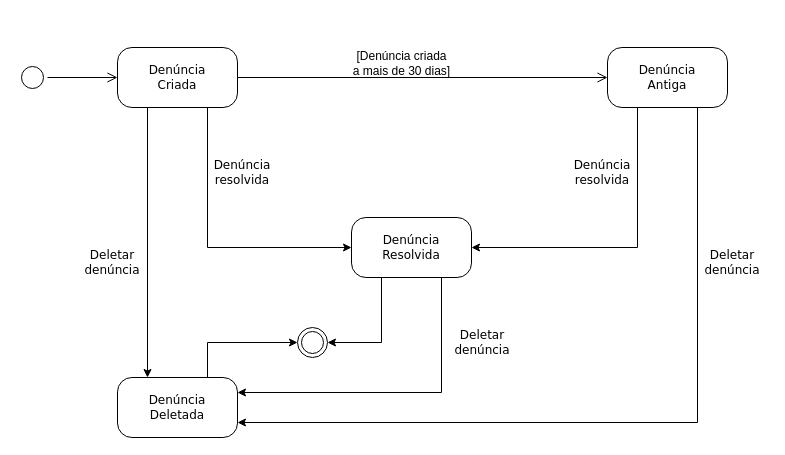
This is Documentação/Diagramas/Diagrama de Estado.drawio from frsouzaa/Documentacao-TCC-NossaVia, a draw.io file, before an edit. Source tidied: cells renumbered, new cells numbered last; positions are measured from the earlier drawing's top-left corner, leaving out a move shared by most shapes. Both pictures are drawn from the tidied source at 100%, with x=0, y=0 at pixel (17, 47).
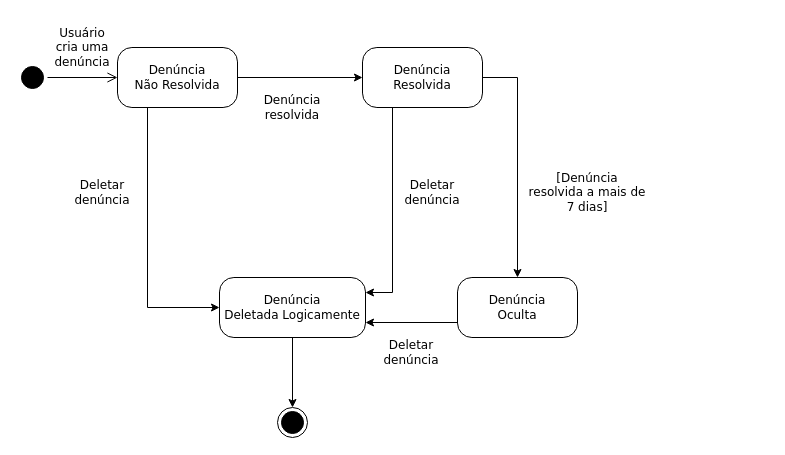
After the change.

Commit message:
atualiza diagrama de estrados

Diff of the diagram source:
```diff
@@
-    <mxCell id="2" style="ellipse;html=1;shape=startState;fillColor=#FFFFFF;strokeColor=#000000;rounded=1;shadow=0;comic=0;labelBackgroundColor=none;fontFamily=Verdana;fontSize=12;fontColor=default;align=center;direction=south;labelBorderColor=none;textShadow=0;" parent="1" vertex="1">
+    <mxCell id="2" style="ellipse;html=1;shape=startState;fillColor=#000000;strokeColor=#000000;rounded=1;shadow=0;comic=0;labelBackgroundColor=none;fontFamily=Verdana;fontSize=12;fontColor=default;align=center;direction=south;labelBorderColor=none;textShadow=0;" parent="1" vertex="1">
       <mxGeometry y="15" width="30" height="30" as="geometry" />
     </mxCell>
-    <mxCell id="3" style="edgeStyle=orthogonalEdgeStyle;rounded=0;jettySize=auto;html=1;exitX=0.75;exitY=0;exitDx=0;exitDy=0;entryX=0;entryY=0.5;entryDx=0;entryDy=0;" parent="1" edge="1" source="4" target="18">
+    <mxCell id="3" style="edgeStyle=orthogonalEdgeStyle;rounded=0;jettySize=auto;html=1;" parent="1" edge="1" source="4" target="18">
       <mxGeometry relative="1" as="geometry" />
     </mxCell>
-    <mxCell id="4" value="Denúncia&lt;div&gt;Deletada&lt;/div&gt;" style="rounded=1;whiteSpace=wrap;html=1;arcSize=24;fillColor=none;strokeColor=default;shadow=0;comic=0;labelBackgroundColor=none;fontFamily=Verdana;fontSize=12;fontColor=default;align=center;labelBorderColor=none;textShadow=0;" parent="1" vertex="1">
-      <mxGeometry x="100" y="330" width="120" height="60" as="geometry" />
+    <mxCell id="4" value="Denúncia&lt;div&gt;Deletada Logicamente&lt;/div&gt;" style="rounded=1;whiteSpace=wrap;html=1;arcSize=24;fillColor=none;strokeColor=default;shadow=0;comic=0;labelBackgroundColor=none;fontFamily=Verdana;fontSize=12;fontColor=default;align=center;labelBorderColor=none;textShadow=0;" parent="1" vertex="1">
+      <mxGeometry x="202" y="230" width="146" height="60" as="geometry" />
     </mxCell>
-    <mxCell id="5" style="edgeStyle=orthogonalEdgeStyle;html=1;exitX=1;exitY=0.5;entryX=0;entryY=0.5;labelBackgroundColor=none;endArrow=open;endSize=8;strokeColor=default;fontFamily=Verdana;fontSize=12;align=left;fillColor=none;entryDx=0;entryDy=0;exitDx=0;exitDy=0;fontColor=default;labelBorderColor=none;textShadow=0;" parent="1" edge="1" source="9" target="12">
-      <mxGeometry relative="1" as="geometry" />
-    </mxCell>
-    <mxCell id="6" value="&lt;font style=&quot;font-size: 12px;&quot;&gt;[Denúncia criada&lt;/font&gt;&lt;div style=&quot;font-size: 12px;&quot;&gt;&lt;font style=&quot;font-size: 12px;&quot;&gt;a mais de 30 dias]&lt;/font&gt;&lt;/div&gt;" style="edgeLabel;html=1;align=center;verticalAlign=middle;fontColor=default;labelBackgroundColor=none;labelBorderColor=none;textShadow=0;" parent="5" vertex="1">
-      <mxGeometry x="-0.19" relative="1" as="geometry">
-        <mxPoint x="13" y="-15" as="offset" />
-      </mxGeometry>
-    </mxCell>
-    <mxCell id="7" style="edgeStyle=orthogonalEdgeStyle;rounded=0;jettySize=auto;html=1;exitX=0.75;exitY=1;exitDx=0;exitDy=0;entryX=0;entryY=0.5;entryDx=0;entryDy=0;" parent="1" edge="1" source="9" target="15">
+    <mxCell id="7" style="edgeStyle=orthogonalEdgeStyle;rounded=0;jettySize=auto;html=1;" parent="1" edge="1" source="9" target="15">
       <mxGeometry relative="1" as="geometry" />
     </mxCell>
-    <mxCell id="8" style="edgeStyle=orthogonalEdgeStyle;rounded=0;jettySize=auto;html=1;exitX=0.25;exitY=1;exitDx=0;exitDy=0;entryX=0.25;entryY=0;entryDx=0;entryDy=0;" parent="1" edge="1" source="9" target="4">
+    <mxCell id="8" style="edgeStyle=orthogonalEdgeStyle;rounded=0;jettySize=auto;html=1;exitX=0.25;exitY=1;exitDx=0;exitDy=0;entryX=0;entryY=0.5;entryDx=0;entryDy=0;" parent="1" edge="1" source="9" target="4">
       <mxGeometry relative="1" as="geometry" />
     </mxCell>
-    <mxCell id="9" value="Denúncia&lt;div&gt;Criada&lt;/div&gt;" style="rounded=1;whiteSpace=wrap;html=1;arcSize=24;fillColor=none;strokeColor=default;shadow=0;comic=0;labelBackgroundColor=none;fontFamily=Verdana;fontSize=12;fontColor=default;align=center;labelBorderColor=none;textShadow=0;" parent="1" vertex="1">
+    <mxCell id="9" value="Denúncia&lt;div&gt;Não Resolvida&lt;/div&gt;" style="rounded=1;whiteSpace=wrap;html=1;arcSize=24;fillColor=none;strokeColor=default;shadow=0;comic=0;labelBackgroundColor=none;fontFamily=Verdana;fontSize=12;fontColor=default;align=center;labelBorderColor=none;textShadow=0;" parent="1" vertex="1">
       <mxGeometry x="100" width="120" height="60" as="geometry" />
     </mxCell>
-    <mxCell id="10" style="edgeStyle=orthogonalEdgeStyle;rounded=0;jettySize=auto;html=1;exitX=0.25;exitY=1;exitDx=0;exitDy=0;entryX=1;entryY=0.5;entryDx=0;entryDy=0;" parent="1" edge="1" source="12" target="15">
-      <mxGeometry relative="1" as="geometry" />
-    </mxCell>
-    <mxCell id="11" style="edgeStyle=orthogonalEdgeStyle;rounded=0;jettySize=auto;html=1;exitX=0.75;exitY=1;exitDx=0;exitDy=0;entryX=1;entryY=0.75;entryDx=0;entryDy=0;" parent="1" edge="1" source="12" target="4">
-      <mxGeometry relative="1" as="geometry" />
-    </mxCell>
-    <mxCell id="12" value="&lt;div&gt;Denúncia&lt;/div&gt;&lt;div&gt;Antiga&lt;/div&gt;" style="rounded=1;whiteSpace=wrap;html=1;arcSize=24;fillColor=none;strokeColor=default;shadow=0;comic=0;labelBackgroundColor=none;fontFamily=Verdana;fontSize=12;fontColor=default;align=center;labelBorderColor=none;textShadow=0;" parent="1" vertex="1">
-      <mxGeometry x="590" width="120" height="60" as="geometry" />
-    </mxCell>
+    <mxCell id="23" style="edgeStyle=orthogonalEdgeStyle;rounded=0;jettySize=auto;html=1;exitX=1;exitY=0.5;exitDx=0;exitDy=0;entryX=0.5;entryY=0;entryDx=0;entryDy=0;" parent="1" edge="1" source="15" target="26">
+      <mxGeometry relative="1" as="geometry" />
+    </mxCell>
-    <mxCell id="13" style="edgeStyle=orthogonalEdgeStyle;rounded=0;jettySize=auto;html=1;exitX=0.75;exitY=1;exitDx=0;exitDy=0;entryX=1;entryY=0.25;entryDx=0;entryDy=0;" parent="1" edge="1" source="15" target="4">
+    <mxCell id="13" style="edgeStyle=orthogonalEdgeStyle;rounded=0;jettySize=auto;html=1;exitX=0.25;exitY=1;exitDx=0;exitDy=0;entryX=1;entryY=0.25;entryDx=0;entryDy=0;" parent="1" edge="1" source="15" target="4">
       <mxGeometry relative="1" as="geometry" />
     </mxCell>
-    <mxCell id="14" style="edgeStyle=orthogonalEdgeStyle;rounded=0;jettySize=auto;html=1;exitX=0.25;exitY=1;exitDx=0;exitDy=0;entryX=1;entryY=0.5;entryDx=0;entryDy=0;" parent="1" edge="1" source="15" target="18">
-      <mxGeometry relative="1" as="geometry" />
-    </mxCell>
     <mxCell id="15" value="&lt;div&gt;Denúncia&lt;/div&gt;&lt;div&gt;Resolvida&lt;/div&gt;" style="rounded=1;whiteSpace=wrap;html=1;arcSize=24;fillColor=none;strokeColor=default;shadow=0;comic=0;labelBackgroundColor=none;fontFamily=Verdana;fontSize=12;fontColor=default;align=center;labelBorderColor=none;textShadow=0;" parent="1" vertex="1">
-      <mxGeometry x="334" y="170" width="120" height="60" as="geometry" />
+      <mxGeometry x="345" width="120" height="60" as="geometry" />
     </mxCell>
@@
-    <mxCell id="17" value="&lt;div&gt;&lt;span style=&quot;font-family: Verdana;&quot;&gt;Deletar&lt;/span&gt;&lt;/div&gt;&lt;div&gt;&lt;span style=&quot;font-family: Verdana;&quot;&gt;denúncia&lt;/span&gt;&lt;br&gt;&lt;/div&gt;" style="text;html=1;align=center;verticalAlign=middle;whiteSpace=wrap;rounded=0;fontColor=default;labelBackgroundColor=none;labelBorderColor=none;textShadow=0;" parent="1" vertex="1">
-      <mxGeometry x="680" y="200" width="70" height="30" as="geometry" />
-    </mxCell>
-    <mxCell id="18" style="ellipse;html=1;shape=endState;fillColor=#FFFFFF;strokeColor=#000000;fontColor=default;labelBackgroundColor=none;labelBorderColor=none;textShadow=0;" parent="1" vertex="1">
-      <mxGeometry x="280" y="280" width="30" height="30" as="geometry" />
+    <mxCell id="18" style="ellipse;html=1;shape=endState;fillColor=#000000;strokeColor=#000000;fontColor=default;labelBackgroundColor=none;labelBorderColor=none;textShadow=0;" parent="1" vertex="1">
+      <mxGeometry x="260" y="360" width="30" height="30" as="geometry" />
     </mxCell>
-    <mxCell id="19" value="&lt;div style=&quot;&quot;&gt;&lt;font face=&quot;Verdana&quot;&gt;Denúncia&lt;/font&gt;&lt;/div&gt;&lt;div style=&quot;&quot;&gt;&lt;font face=&quot;Verdana&quot;&gt;resolvida&lt;/font&gt;&lt;/div&gt;" style="text;html=1;align=center;verticalAlign=middle;whiteSpace=wrap;rounded=0;fontColor=default;labelBackgroundColor=none;labelBorderColor=none;textShadow=0;" parent="1" vertex="1">
-      <mxGeometry x="550" y="95" width="70" height="60" as="geometry" />
-    </mxCell>
     <mxCell id="20" value="&lt;div&gt;&lt;font face=&quot;Verdana&quot;&gt;Denúncia&lt;/font&gt;&lt;/div&gt;&lt;div&gt;&lt;font face=&quot;Verdana&quot;&gt;resolvida&lt;/font&gt;&lt;/div&gt;" style="text;html=1;align=center;verticalAlign=middle;whiteSpace=wrap;rounded=0;fontColor=default;labelBackgroundColor=none;labelBorderColor=none;textShadow=0;" parent="1" vertex="1">
-      <mxGeometry x="190" y="95" width="70" height="60" as="geometry" />
+      <mxGeometry x="240" y="30" width="70" height="60" as="geometry" />
     </mxCell>
     <mxCell id="21" value="&lt;div&gt;&lt;span style=&quot;font-family: Verdana;&quot;&gt;Deletar&lt;/span&gt;&lt;/div&gt;&lt;div&gt;&lt;span style=&quot;font-family: Verdana;&quot;&gt;denúncia&lt;/span&gt;&lt;br&gt;&lt;/div&gt;" style="text;html=1;align=center;verticalAlign=middle;whiteSpace=wrap;rounded=0;fontColor=default;labelBackgroundColor=none;labelBorderColor=none;textShadow=0;" parent="1" vertex="1">
-      <mxGeometry x="430" y="280" width="70" height="30" as="geometry" />
+      <mxGeometry x="380" y="130" width="70" height="30" as="geometry" />
     </mxCell>
     <mxCell id="22" value="&lt;div&gt;&lt;span style=&quot;font-family: Verdana;&quot;&gt;Deletar&lt;/span&gt;&lt;/div&gt;&lt;div&gt;&lt;span style=&quot;font-family: Verdana;&quot;&gt;denúncia&lt;/span&gt;&lt;br&gt;&lt;/div&gt;" style="text;html=1;align=center;verticalAlign=middle;whiteSpace=wrap;rounded=0;fontColor=default;labelBackgroundColor=none;labelBorderColor=none;textShadow=0;" parent="1" vertex="1">
-      <mxGeometry x="60" y="200" width="70" height="30" as="geometry" />
+      <mxGeometry x="50" y="130" width="70" height="30" as="geometry" />
     </mxCell>
+    <mxCell id="24" value="&lt;div&gt;&lt;font face=&quot;Verdana&quot;&gt;Usuário cria uma denúncia&lt;/font&gt;&lt;/div&gt;" style="text;html=1;align=center;verticalAlign=middle;whiteSpace=wrap;rounded=0;fontColor=default;labelBackgroundColor=none;labelBorderColor=none;textShadow=0;" parent="1" vertex="1">
+      <mxGeometry x="30" y="-30" width="70" height="60" as="geometry" />
+    </mxCell>
+    <mxCell id="25" style="edgeStyle=orthogonalEdgeStyle;rounded=0;jettySize=auto;html=1;exitX=0;exitY=0.75;exitDx=0;exitDy=0;entryX=1;entryY=0.75;entryDx=0;entryDy=0;" parent="1" edge="1" source="26" target="4">
+      <mxGeometry relative="1" as="geometry" />
+    </mxCell>
+    <mxCell id="26" value="&lt;div&gt;Denúncia&lt;/div&gt;&lt;div&gt;Oculta&lt;/div&gt;" style="rounded=1;whiteSpace=wrap;html=1;arcSize=24;fillColor=none;strokeColor=default;shadow=0;comic=0;labelBackgroundColor=none;fontFamily=Verdana;fontSize=12;fontColor=default;align=center;labelBorderColor=none;textShadow=0;" parent="1" vertex="1">
+      <mxGeometry x="440" y="230" width="120" height="60" as="geometry" />
+    </mxCell>
+    <mxCell id="27" value="&lt;div&gt;&lt;font face=&quot;Verdana&quot;&gt;[Denúncia resolvida a mais de 7 dias]&lt;/font&gt;&lt;/div&gt;" style="text;html=1;align=center;verticalAlign=middle;whiteSpace=wrap;rounded=0;fontColor=default;labelBackgroundColor=none;labelBorderColor=none;textShadow=0;" parent="1" vertex="1">
+      <mxGeometry x="510" y="130" width="120" height="30" as="geometry" />
+    </mxCell>
+    <mxCell id="17" value="&lt;div&gt;&lt;span style=&quot;font-family: Verdana;&quot;&gt;Deletar&lt;/span&gt;&lt;/div&gt;&lt;div&gt;&lt;span style=&quot;font-family: Verdana;&quot;&gt;denúncia&lt;/span&gt;&lt;br&gt;&lt;/div&gt;" style="text;html=1;align=center;verticalAlign=middle;whiteSpace=wrap;rounded=0;fontColor=default;labelBackgroundColor=none;labelBorderColor=none;textShadow=0;" parent="1" vertex="1">
+      <mxGeometry x="359" y="290" width="70" height="30" as="geometry" />
+    </mxCell>
```
